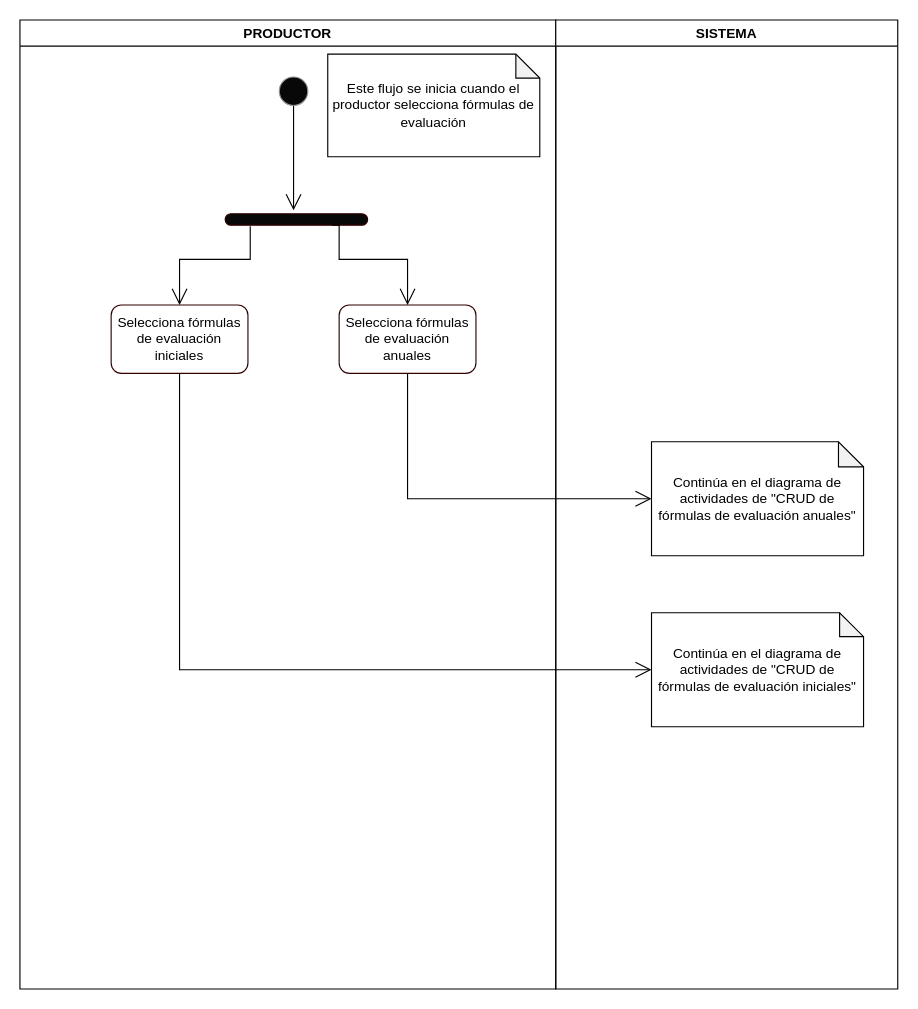
rsca7213/SBD1-Perfumeria keeps this draw.io diagram as Documentos Entrega 1/Diagramas de Actividades/draw/2.1. Gestión de formulas de evaluación.drawio. Above is the earlier version. Source tidied: cells renumbered, new cells numbered last; positions are measured from the earlier drawing's top-left corner, leaving out a move shared by most shapes. Both pictures are drawn from the tidied source at 114%, with x=0, y=0 at pixel (19, 19).
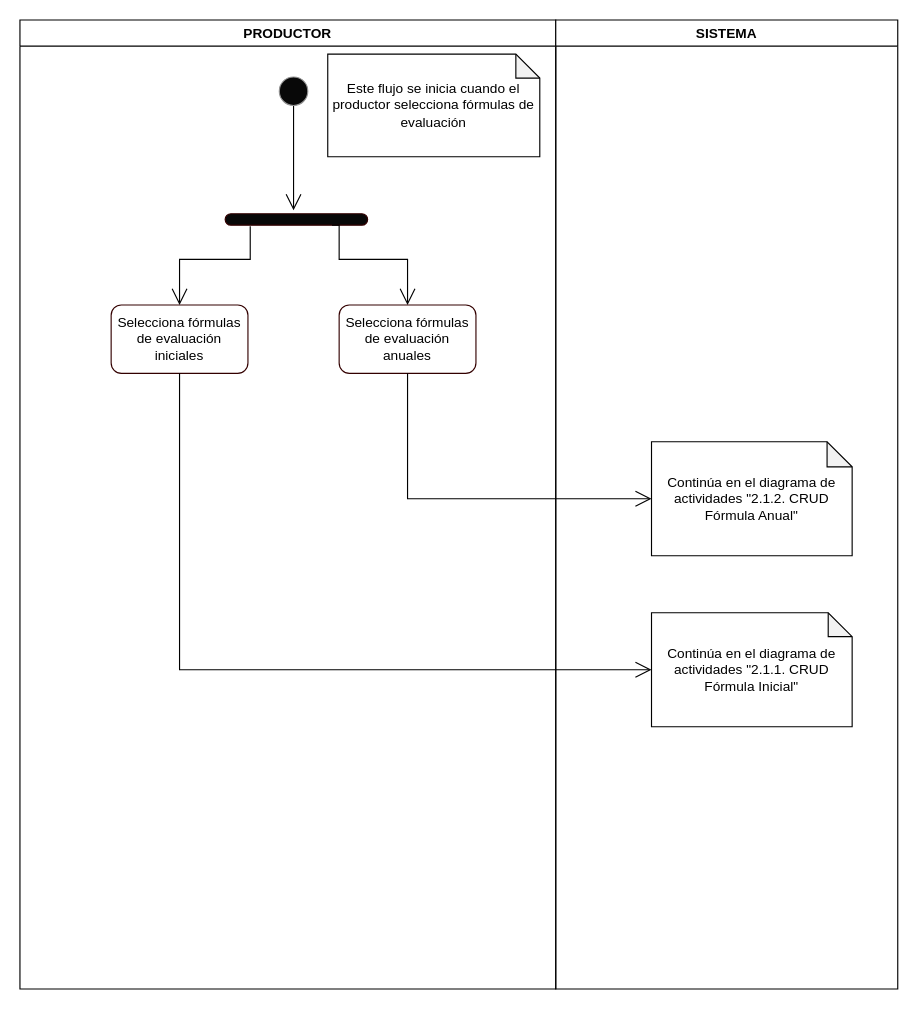
After the change.

Unchanged cells that the change refers to:
```xml
<mxCell id="11" value="SISTEMA" style="swimlane;gradientColor=none;" parent="1" vertex="1">
  <mxGeometry x="470" width="300" height="850" as="geometry" />
</mxCell>
```

The edit, as a diff of the source:
```diff
@@
-    <mxCell id="12" value="Continúa en el diagrama de actividades de &quot;CRUD de fórmulas de evaluación anuales&quot;" style="shape=note;whiteSpace=wrap;html=1;backgroundOutline=1;darkOpacity=0.05;size=22;" parent="11" vertex="1">
-      <mxGeometry x="84" y="370" width="186" height="100" as="geometry" />
+    <mxCell id="12" value="Continúa en el diagrama de actividades &quot;2.1.2. CRUD Fórmula Anual&quot;" style="shape=note;whiteSpace=wrap;html=1;backgroundOutline=1;darkOpacity=0.05;size=22;" parent="11" vertex="1">
+      <mxGeometry x="84" y="370" width="176" height="100" as="geometry" />
     </mxCell>
-    <mxCell id="13" value="Continúa en el diagrama de actividades de &quot;CRUD de fórmulas de evaluación iniciales&quot;" style="shape=note;whiteSpace=wrap;html=1;backgroundOutline=1;darkOpacity=0.05;size=21;" parent="11" vertex="1">
-      <mxGeometry x="84" y="520" width="186" height="100" as="geometry" />
+    <mxCell id="13" value="Continúa en el diagrama de actividades &quot;2.1.1. CRUD Fórmula Inicial&quot;" style="shape=note;whiteSpace=wrap;html=1;backgroundOutline=1;darkOpacity=0.05;size=21;" parent="11" vertex="1">
+      <mxGeometry x="84" y="520" width="176" height="100" as="geometry" />
     </mxCell>
```
